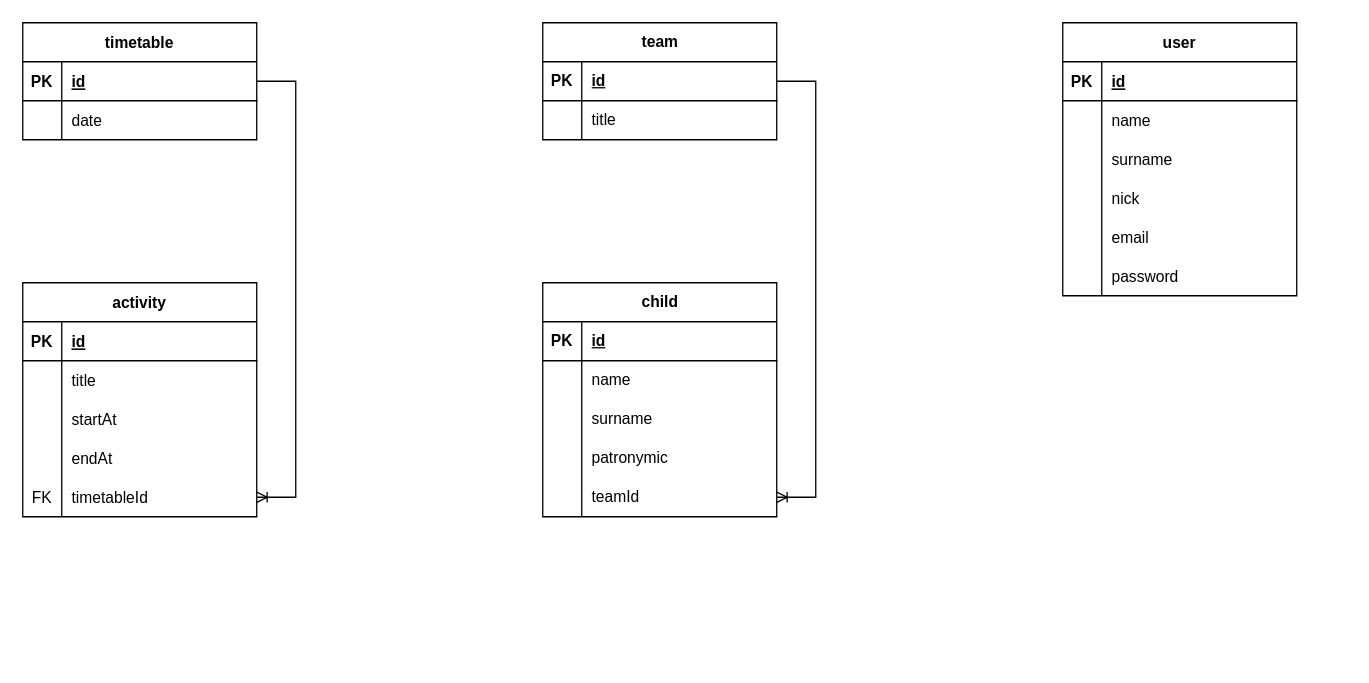
Before: backend/DB_diagrams/diagram.drawio in PavKiki/Tracking-the-activity-of-children-in-field-camps, a draw.io diagram. Source tidied: cells renumbered, new cells numbered last; positions are measured from the earlier drawing's top-left corner, leaving out a move shared by most shapes. Both pictures are drawn from the tidied source at 130%, with x=0, y=0 at pixel (22, 22).
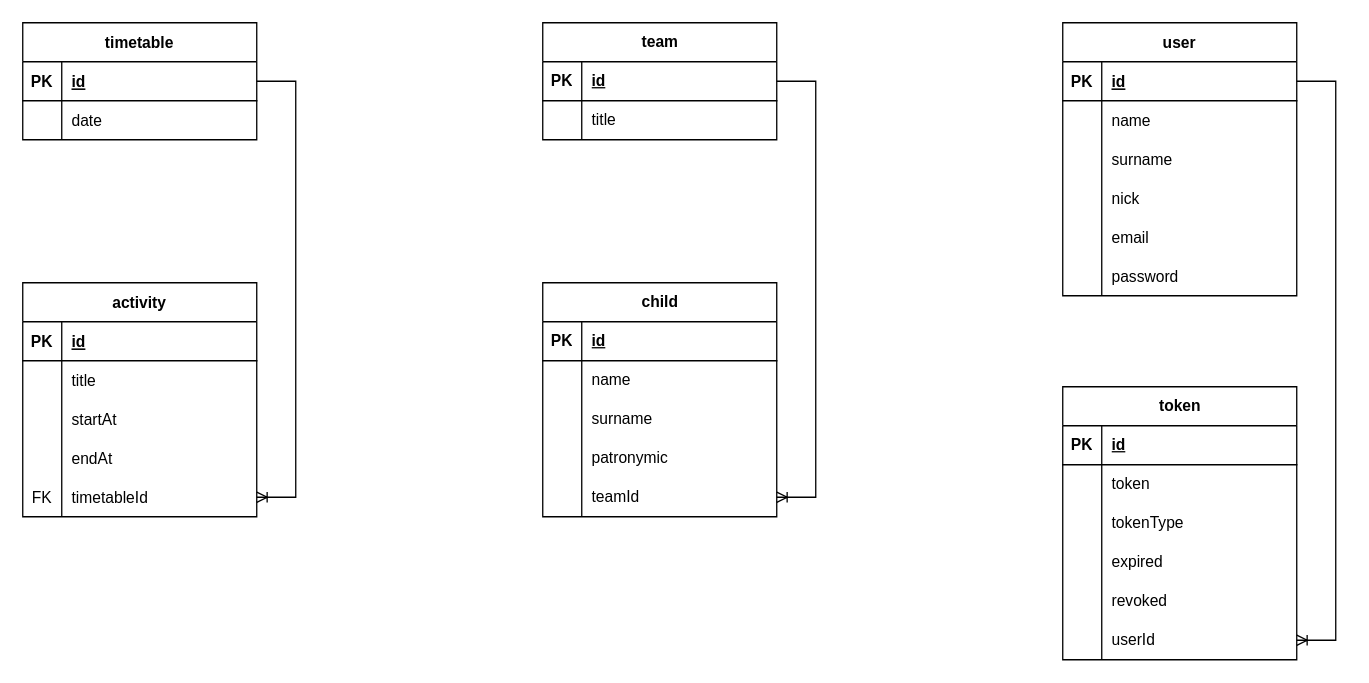
The same diagram, later.

The change refers to these unchanged cells:
```xml
<mxCell id="51" style="shape=tableRow;horizontal=0;startSize=0;swimlaneHead=0;swimlaneBody=0;fillColor=none;points=[[0,0.5],[1,0.5]];portConstraint=eastwest;top=0;left=0;right=0;bottom=1;" parent="50" vertex="1">
  <mxGeometry y="30" width="180" height="30" as="geometry" />
</mxCell>
```

Change to the diagram source:
```diff
@@
+    <mxCell id="69" value="token" style="shape=table;startSize=30;childLayout=tableLayout;rowLines=0;fontStyle=1;align=center;html=1;" parent="1" vertex="1">
+      <mxGeometry x="800" y="280" width="180" height="210" as="geometry" />
+    </mxCell>
+    <mxCell id="70" style="shape=tableRow;horizontal=0;startSize=0;swimlaneHead=0;swimlaneBody=0;fillColor=none;top=0;left=0;right=0;bottom=1;" parent="69" vertex="1">
+      <mxGeometry y="30" width="180" height="30" as="geometry" />
+    </mxCell>
+    <mxCell id="71" value="PK" style="shape=partialRectangle;fillColor=none;top=0;left=0;bottom=0;right=0;fontStyle=1;overflow=hidden;whiteSpace=wrap;html=1;" parent="70" vertex="1">
+      <mxGeometry width="30" height="30" as="geometry" />
+    </mxCell>
+    <mxCell id="72" value="id" style="shape=partialRectangle;fillColor=none;top=0;left=0;bottom=0;right=0;align=left;spacingLeft=6;fontStyle=5;overflow=hidden;whiteSpace=wrap;html=1;" parent="70" vertex="1">
+      <mxGeometry x="30" width="150" height="30" as="geometry" />
+    </mxCell>
+    <mxCell id="73" style="shape=tableRow;horizontal=0;startSize=0;swimlaneHead=0;swimlaneBody=0;fillColor=none;top=0;left=0;right=0;bottom=0;" parent="69" vertex="1">
+      <mxGeometry y="60" width="180" height="30" as="geometry" />
+    </mxCell>
+    <mxCell id="74" style="shape=partialRectangle;fillColor=none;top=0;left=0;bottom=0;right=0;overflow=hidden;whiteSpace=wrap;html=1;" parent="73" vertex="1">
+      <mxGeometry width="30" height="30" as="geometry" />
+    </mxCell>
+    <mxCell id="75" value="token" style="shape=partialRectangle;fillColor=none;top=0;left=0;bottom=0;right=0;align=left;spacingLeft=6;overflow=hidden;whiteSpace=wrap;html=1;" parent="73" vertex="1">
+      <mxGeometry x="30" width="150" height="30" as="geometry" />
+    </mxCell>
+    <mxCell id="76" style="shape=tableRow;horizontal=0;startSize=0;swimlaneHead=0;swimlaneBody=0;fillColor=none;top=0;left=0;right=0;bottom=0;" parent="69" vertex="1">
+      <mxGeometry y="90" width="180" height="30" as="geometry" />
+    </mxCell>
+    <mxCell id="77" style="shape=partialRectangle;fillColor=none;top=0;left=0;bottom=0;right=0;overflow=hidden;whiteSpace=wrap;html=1;" parent="76" vertex="1">
+      <mxGeometry width="30" height="30" as="geometry" />
+    </mxCell>
+    <mxCell id="78" value="tokenType" style="shape=partialRectangle;fillColor=none;top=0;left=0;bottom=0;right=0;align=left;spacingLeft=6;overflow=hidden;whiteSpace=wrap;html=1;" parent="76" vertex="1">
+      <mxGeometry x="30" width="150" height="30" as="geometry" />
+    </mxCell>
+    <mxCell id="79" style="shape=tableRow;horizontal=0;startSize=0;swimlaneHead=0;swimlaneBody=0;fillColor=none;top=0;left=0;right=0;bottom=0;" parent="69" vertex="1">
+      <mxGeometry y="120" width="180" height="30" as="geometry" />
+    </mxCell>
+    <mxCell id="80" style="shape=partialRectangle;fillColor=none;top=0;left=0;bottom=0;right=0;overflow=hidden;whiteSpace=wrap;html=1;" parent="79" vertex="1">
+      <mxGeometry width="30" height="30" as="geometry" />
+    </mxCell>
+    <mxCell id="81" value="expired" style="shape=partialRectangle;fillColor=none;top=0;left=0;bottom=0;right=0;align=left;spacingLeft=6;overflow=hidden;whiteSpace=wrap;html=1;" parent="79" vertex="1">
+      <mxGeometry x="30" width="150" height="30" as="geometry" />
+    </mxCell>
+    <mxCell id="82" style="shape=tableRow;horizontal=0;startSize=0;swimlaneHead=0;swimlaneBody=0;fillColor=none;top=0;left=0;right=0;bottom=0;" parent="69" vertex="1">
+      <mxGeometry y="150" width="180" height="30" as="geometry" />
+    </mxCell>
+    <mxCell id="83" style="shape=partialRectangle;fillColor=none;top=0;left=0;bottom=0;right=0;overflow=hidden;whiteSpace=wrap;html=1;" parent="82" vertex="1">
+      <mxGeometry width="30" height="30" as="geometry" />
+    </mxCell>
+    <mxCell id="84" value="revoked" style="shape=partialRectangle;fillColor=none;top=0;left=0;bottom=0;right=0;align=left;spacingLeft=6;overflow=hidden;whiteSpace=wrap;html=1;" parent="82" vertex="1">
+      <mxGeometry x="30" width="150" height="30" as="geometry" />
+    </mxCell>
+    <mxCell id="85" style="shape=tableRow;horizontal=0;startSize=0;swimlaneHead=0;swimlaneBody=0;fillColor=none;points=[[0,0.5],[1,0.5]];portConstraint=eastwest;top=0;left=0;right=0;bottom=0;" parent="69" vertex="1">
+      <mxGeometry y="180" width="180" height="30" as="geometry" />
+    </mxCell>
+    <mxCell id="86" style="shape=partialRectangle;fillColor=none;top=0;left=0;bottom=0;right=0;overflow=hidden;whiteSpace=wrap;html=1;" parent="85" vertex="1">
+      <mxGeometry width="30" height="30" as="geometry" />
+    </mxCell>
+    <mxCell id="87" value="userId" style="shape=partialRectangle;fillColor=none;top=0;left=0;bottom=0;right=0;align=left;spacingLeft=6;overflow=hidden;whiteSpace=wrap;html=1;" parent="85" vertex="1">
+      <mxGeometry x="30" width="150" height="30" as="geometry" />
+    </mxCell>
+    <mxCell id="88" style="edgeStyle=entityRelationEdgeStyle;fontSize=12;html=1;endArrow=ERoneToMany;rounded=0;exitX=1;exitY=0.5;exitDx=0;exitDy=0;entryX=1;entryY=0.5;entryDx=0;entryDy=0;" parent="1" edge="1" source="51" target="85">
+      <mxGeometry relative="1" as="geometry" />
+    </mxCell>
```
